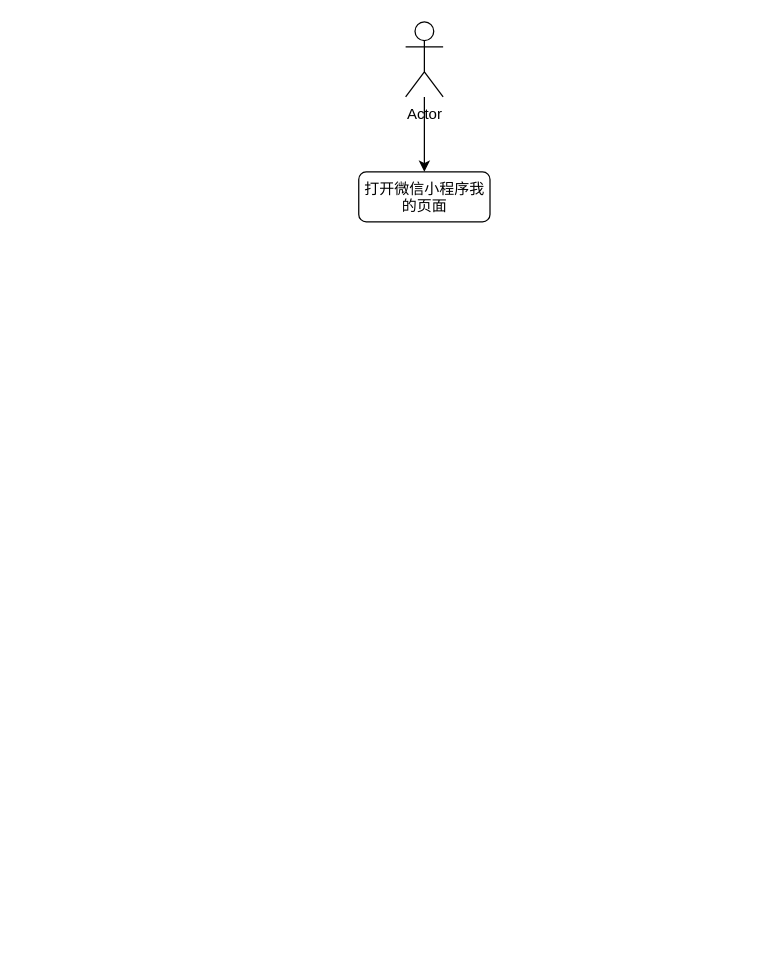
This is 未命名绘图.drawio from selfsummer/-, a draw.io file, before an edit. Source tidied: cells renumbered, new cells numbered last; positions are measured from the earlier drawing's top-left corner, leaving out a move shared by most shapes. Both pictures are drawn from the tidied source at 125%, with x=0, y=0 at pixel (358, 21).
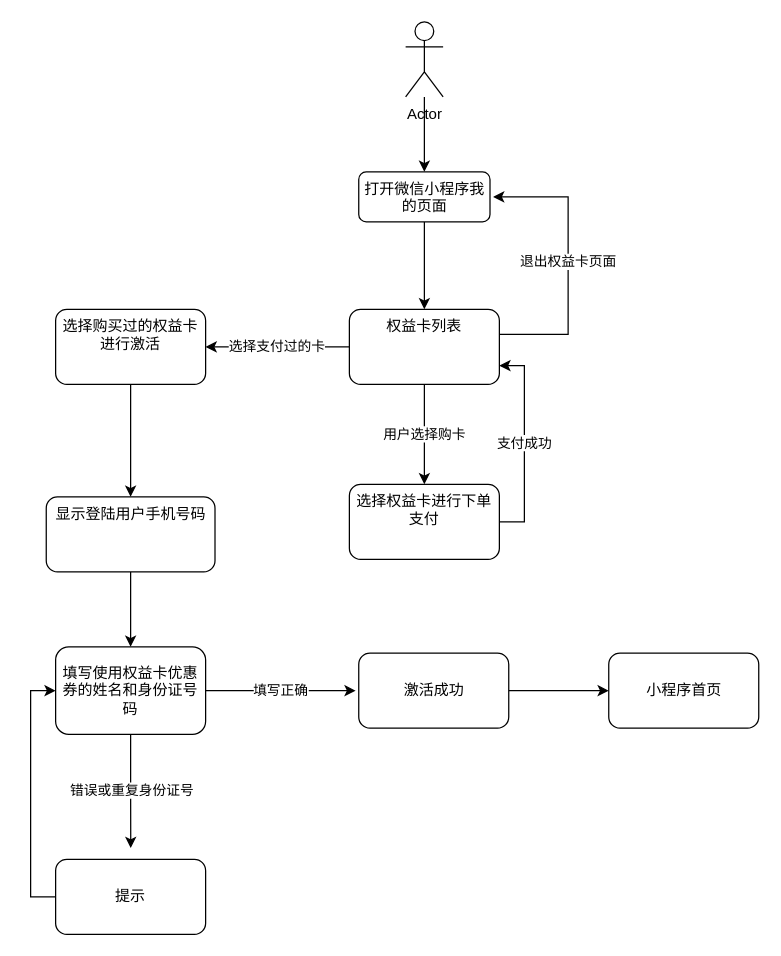
The same page after the edit.

Commit message (it also covers changes not shown here):
更新未命名绘图.drawio

Unchanged cells that the change refers to:
```xml
<mxCell id="4" value="打开微信小程序我的页面" style="rounded=1;whiteSpace=wrap;html=1;verticalAlign=top;" parent="1" vertex="1">
  <mxGeometry x="0.5" y="120" width="105" height="40" as="geometry" />
</mxCell>
```

Diff of the diagram source:
```diff
@@
+    <mxCell id="5" style="edgeStyle=orthogonalEdgeStyle;rounded=0;jettySize=auto;html=1;" parent="1" edge="1" source="4" target="9">
+      <mxGeometry relative="1" as="geometry" />
+    </mxCell>
@@
+    <mxCell id="6" value="用户选择购卡" style="edgeStyle=orthogonalEdgeStyle;rounded=0;jettySize=auto;html=1;" parent="1" edge="1" source="9" target="11">
+      <mxGeometry relative="1" as="geometry" />
+    </mxCell>
+    <mxCell id="7" value="选择支付过的卡" style="edgeStyle=orthogonalEdgeStyle;rounded=0;jettySize=auto;html=1;" parent="1" edge="1" source="9" target="13">
+      <mxGeometry relative="1" as="geometry" />
+    </mxCell>
+    <mxCell id="8" value="退出权益卡页面" style="edgeStyle=orthogonalEdgeStyle;rounded=0;jettySize=auto;html=1;" parent="1" edge="1" source="9">
+      <mxGeometry relative="1" as="geometry">
+        <mxPoint x="108" y="140" as="targetPoint" />
+        <Array as="points">
+          <mxPoint x="168" y="250" />
+          <mxPoint x="168" y="140" />
+        </Array>
+      </mxGeometry>
+    </mxCell>
+    <mxCell id="9" value="权益卡列表" style="whiteSpace=wrap;html=1;verticalAlign=top;rounded=1;" parent="1" vertex="1">
+      <mxGeometry x="-7" y="230" width="120" height="60" as="geometry" />
+    </mxCell>
+    <mxCell id="10" value="支付成功" style="edgeStyle=orthogonalEdgeStyle;rounded=0;jettySize=auto;html=1;entryX=1;entryY=0.75;entryDx=0;entryDy=0;" parent="1" edge="1" source="11" target="9">
+      <mxGeometry relative="1" as="geometry">
+        <Array as="points">
+          <mxPoint x="133" y="400" />
+          <mxPoint x="133" y="275" />
+        </Array>
+      </mxGeometry>
+    </mxCell>
+    <mxCell id="11" value="选择权益卡进行下单支付" style="whiteSpace=wrap;html=1;verticalAlign=top;rounded=1;" parent="1" vertex="1">
+      <mxGeometry x="-7" y="370" width="120" height="60" as="geometry" />
+    </mxCell>
+    <mxCell id="12" style="edgeStyle=orthogonalEdgeStyle;rounded=0;jettySize=auto;html=1;" parent="1" edge="1" source="13" target="15">
+      <mxGeometry relative="1" as="geometry" />
+    </mxCell>
+    <mxCell id="13" value="选择购买过的权益卡进行激活" style="whiteSpace=wrap;html=1;verticalAlign=top;rounded=1;" parent="1" vertex="1">
+      <mxGeometry x="-242" y="230" width="120" height="60" as="geometry" />
+    </mxCell>
+    <mxCell id="14" style="edgeStyle=orthogonalEdgeStyle;rounded=0;jettySize=auto;html=1;entryX=0.5;entryY=0;entryDx=0;entryDy=0;" parent="1" edge="1" source="15" target="20">
+      <mxGeometry relative="1" as="geometry" />
+    </mxCell>
+    <mxCell id="15" value="显示登陆用户手机号码" style="whiteSpace=wrap;html=1;verticalAlign=top;rounded=1;" parent="1" vertex="1">
+      <mxGeometry x="-249.5" y="380" width="135" height="60" as="geometry" />
+    </mxCell>
+    <mxCell id="16" style="edgeStyle=orthogonalEdgeStyle;rounded=0;jettySize=auto;html=1;" parent="1" edge="1" source="17" target="23">
+      <mxGeometry relative="1" as="geometry" />
+    </mxCell>
+    <mxCell id="17" value="激活成功" style="rounded=1;whiteSpace=wrap;html=1;" parent="1" vertex="1">
+      <mxGeometry x="0.5" y="505" width="120" height="60" as="geometry" />
+    </mxCell>
+    <mxCell id="18" value="错误或重复身份证号" style="edgeStyle=orthogonalEdgeStyle;rounded=0;jettySize=auto;html=1;entryX=0.438;entryY=0.017;entryDx=0;entryDy=0;entryPerimeter=0;" parent="1" edge="1" source="20">
+      <mxGeometry relative="1" as="geometry">
+        <mxPoint x="-181.9" y="661" as="targetPoint" />
+      </mxGeometry>
+    </mxCell>
+    <mxCell id="19" value="填写正确" style="edgeStyle=orthogonalEdgeStyle;rounded=0;orthogonalLoop=1;jettySize=auto;html=1;" parent="1" edge="1">
+      <mxGeometry relative="1" as="geometry">
+        <mxPoint x="-122" y="535" as="sourcePoint" />
+        <mxPoint x="-2" y="535" as="targetPoint" />
+      </mxGeometry>
+    </mxCell>
+    <mxCell id="20" value="填写使用权益卡优惠券的姓名和身份证号码" style="rounded=1;whiteSpace=wrap;html=1;" parent="1" vertex="1">
+      <mxGeometry x="-242" y="500" width="120" height="70" as="geometry" />
+    </mxCell>
+    <mxCell id="21" style="edgeStyle=orthogonalEdgeStyle;rounded=0;jettySize=auto;html=1;entryX=0;entryY=0.5;entryDx=0;entryDy=0;" parent="1" edge="1" source="22" target="20">
+      <mxGeometry relative="1" as="geometry">
+        <Array as="points">
+          <mxPoint x="-262" y="700" />
+          <mxPoint x="-262" y="535" />
+        </Array>
+      </mxGeometry>
+    </mxCell>
+    <mxCell id="22" value="提示" style="rounded=1;whiteSpace=wrap;html=1;" parent="1" vertex="1">
+      <mxGeometry x="-242" y="670" width="120" height="60" as="geometry" />
+    </mxCell>
+    <mxCell id="23" value="小程序首页" style="whiteSpace=wrap;html=1;rounded=1;" parent="1" vertex="1">
+      <mxGeometry x="200.5" y="505" width="120" height="60" as="geometry" />
+    </mxCell>
```
